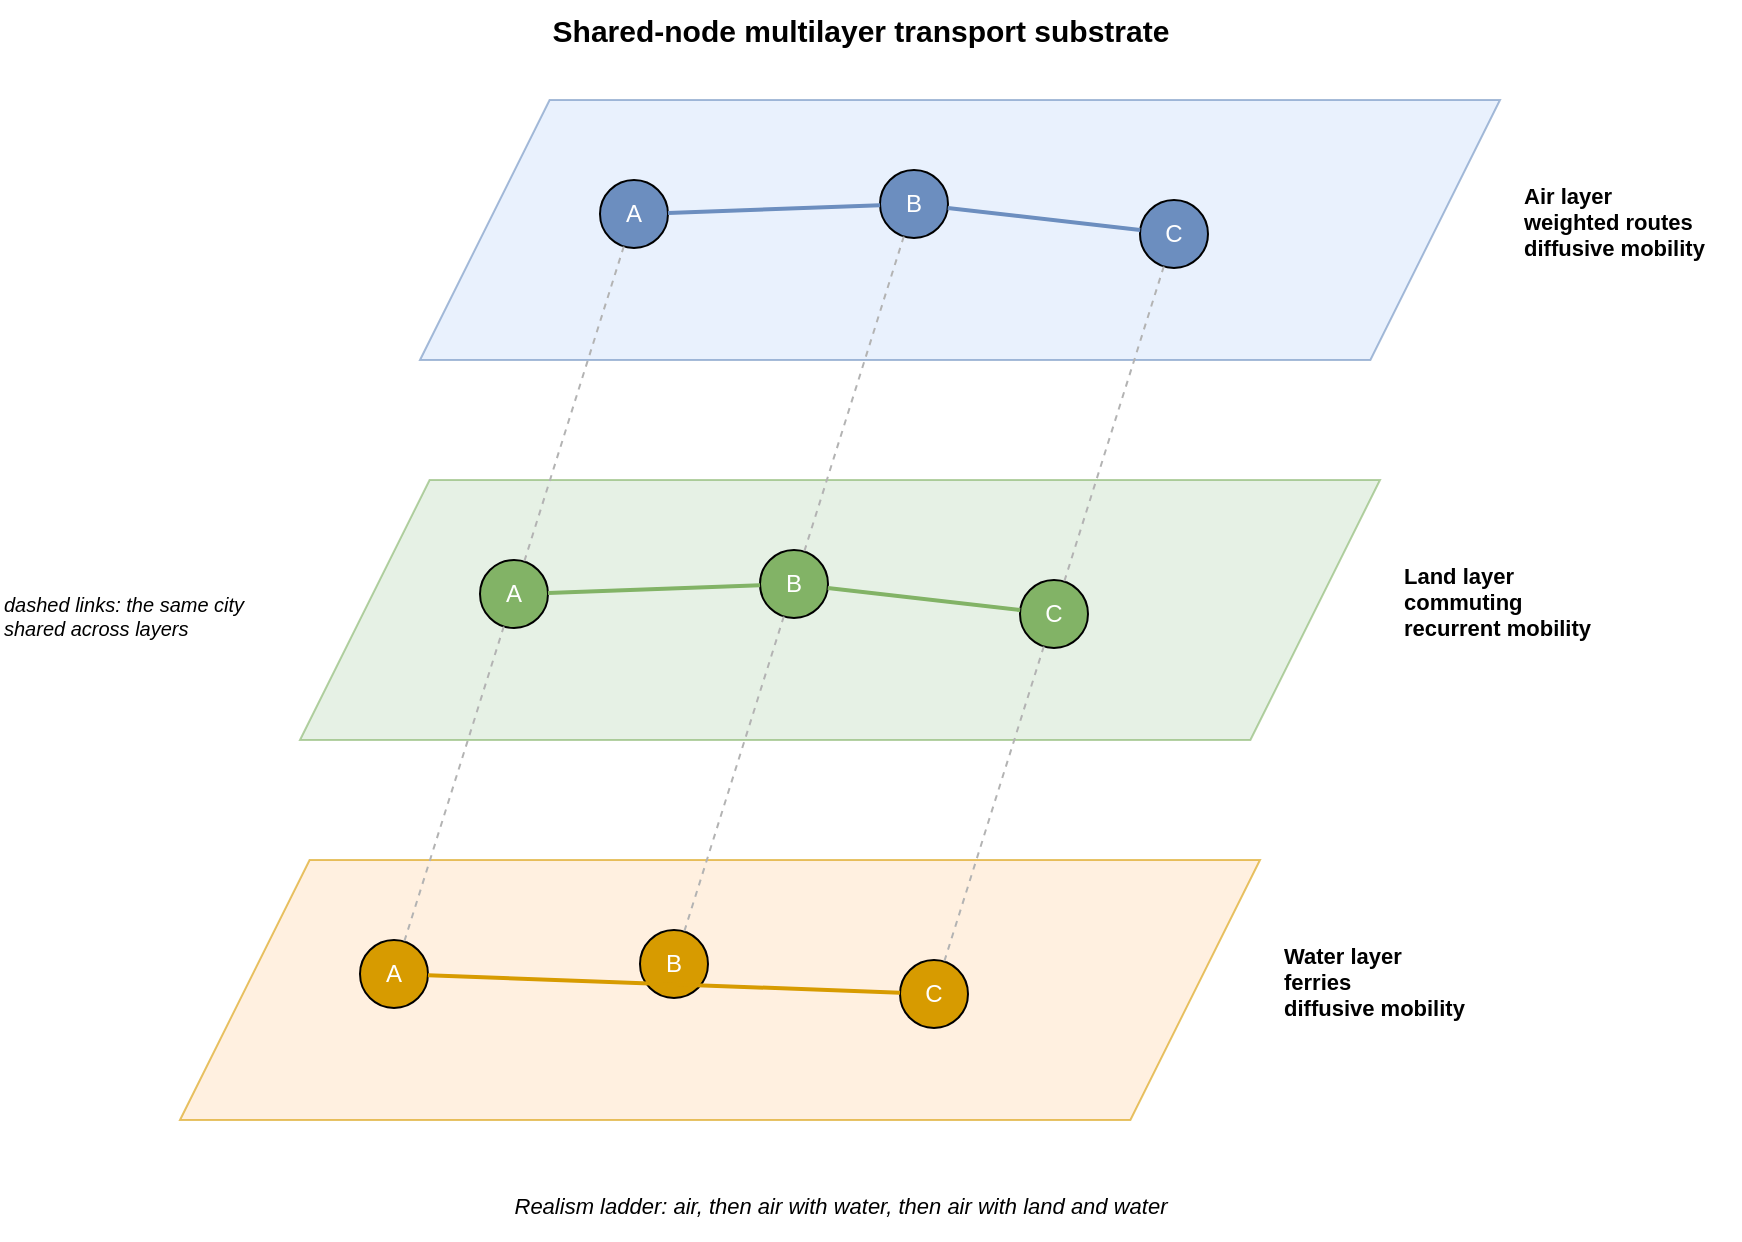
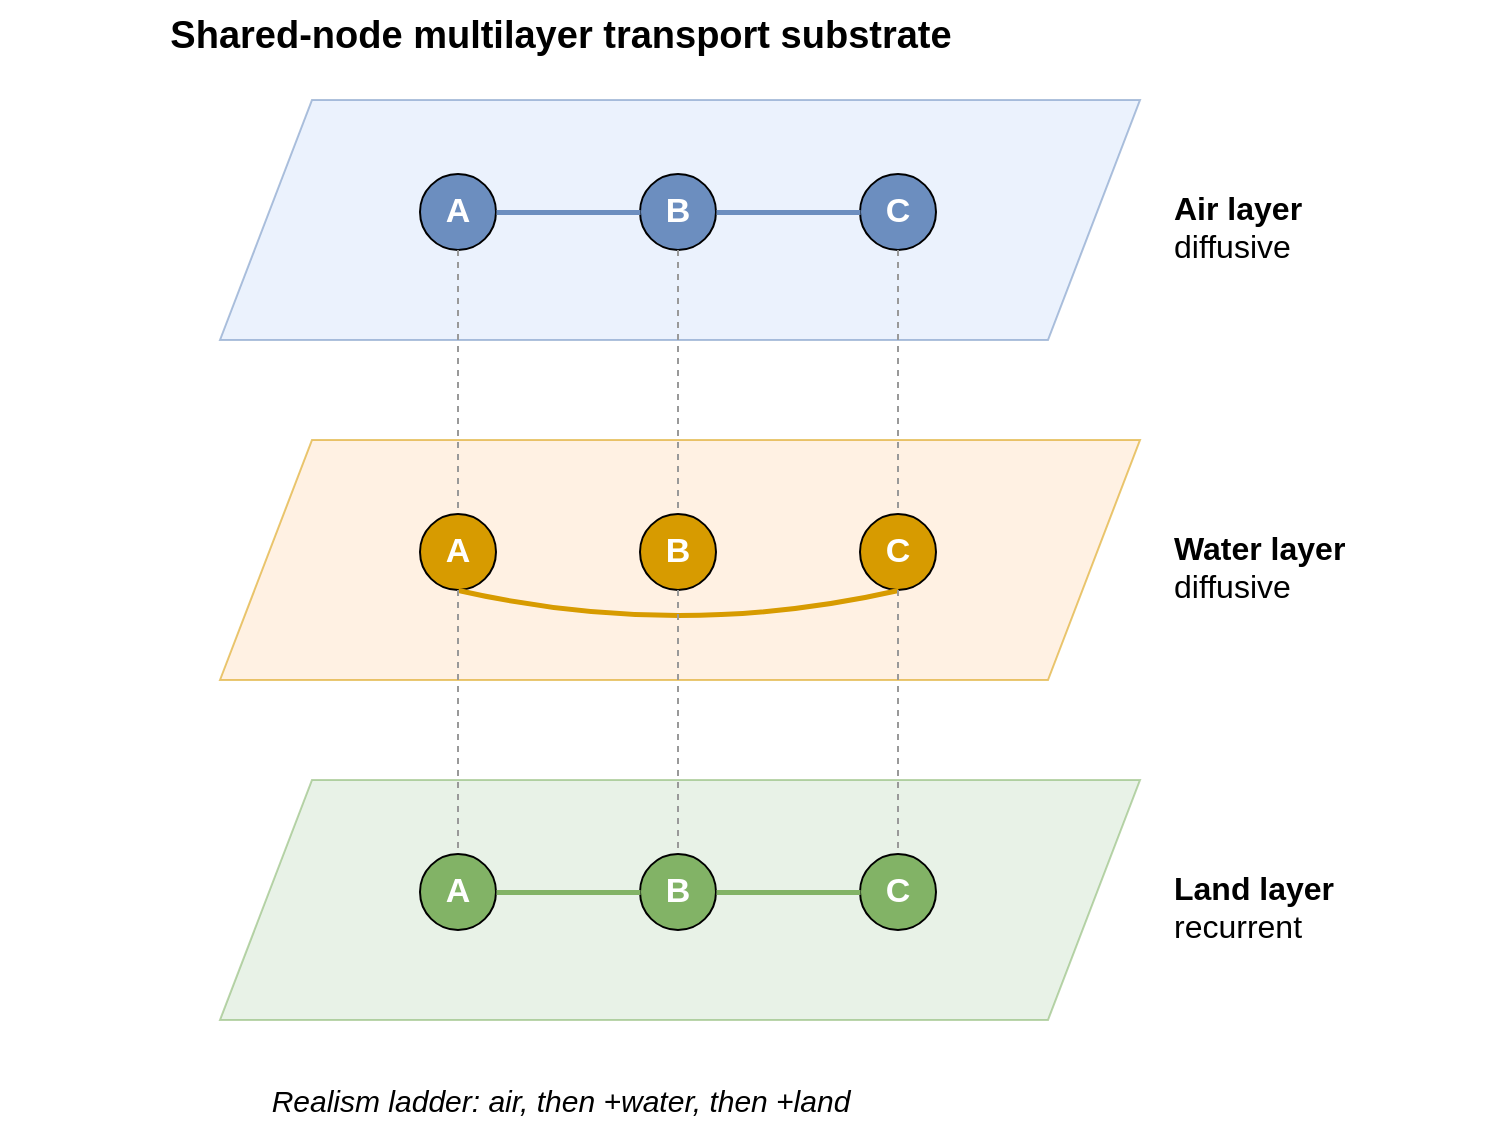
<mxfile host="app.diagrams.net" type="device">
  <diagram id="F2stack" name="F2 Multilayer substrate">
-     <mxGraphModel dx="1100" dy="800" grid="1" gridSize="10" guides="1" tooltips="1" connect="1" arrows="1" fold="1" page="1" pageScale="1" pageWidth="900" pageHeight="700" math="0" shadow="0">
+     <mxGraphModel dx="1100" dy="800" grid="0" gridSize="10" guides="1" tooltips="1" connect="1" arrows="1" fold="1" page="1" pageScale="1" pageWidth="940" pageHeight="600" math="0" shadow="0">
      <root>
        <mxCell id="0" />
        <mxCell id="1" parent="0" />

-         <mxCell id="title" value="Shared-node multilayer transport substrate" style="text;html=1;fontSize=15;fontStyle=1;align=center;" vertex="1" parent="1">
-           <mxGeometry x="200" y="10" width="520" height="30" as="geometry" />
+         <mxCell id="title" value="Shared-node multilayer transport substrate" style="text;html=1;fontSize=19;fontStyle=1;align=center;" vertex="1" parent="1">
+           <mxGeometry x="190" y="10" width="560" height="32" as="geometry" />
        </mxCell>

-         <!-- Planes (parallelograms) -->
-         <mxCell id="pAir" value="" style="shape=parallelogram;perimeter=parallelogramPerimeter;whiteSpace=wrap;html=1;fillColor=#dae8fc;strokeColor=#6c8ebf;opacity=60;size=0.12;" vertex="1" parent="1">
-           <mxGeometry x="240" y="60" width="540" height="130" as="geometry" />
+         <!-- Planes, stacked top to bottom: air, then water, then land -->
+         <mxCell id="pAir" value="" style="shape=parallelogram;perimeter=parallelogramPerimeter;whiteSpace=wrap;html=1;fillColor=#dae8fc;strokeColor=#6c8ebf;opacity=55;size=0.1;" vertex="1" parent="1">
+           <mxGeometry x="300" y="60" width="460" height="120" as="geometry" />
        </mxCell>
-         <mxCell id="pLand" value="" style="shape=parallelogram;perimeter=parallelogramPerimeter;whiteSpace=wrap;html=1;fillColor=#d5e8d4;strokeColor=#82b366;opacity=60;size=0.12;" vertex="1" parent="1">
-           <mxGeometry x="180" y="250" width="540" height="130" as="geometry" />
+         <mxCell id="pWater" value="" style="shape=parallelogram;perimeter=parallelogramPerimeter;whiteSpace=wrap;html=1;fillColor=#ffe6cc;strokeColor=#d79b00;opacity=55;size=0.1;" vertex="1" parent="1">
+           <mxGeometry x="300" y="230" width="460" height="120" as="geometry" />
        </mxCell>
-         <mxCell id="pWater" value="" style="shape=parallelogram;perimeter=parallelogramPerimeter;whiteSpace=wrap;html=1;fillColor=#ffe6cc;strokeColor=#d79b00;opacity=60;size=0.12;" vertex="1" parent="1">
-           <mxGeometry x="120" y="440" width="540" height="130" as="geometry" />
+         <mxCell id="pLand" value="" style="shape=parallelogram;perimeter=parallelogramPerimeter;whiteSpace=wrap;html=1;fillColor=#d5e8d4;strokeColor=#82b366;opacity=55;size=0.1;" vertex="1" parent="1">
+           <mxGeometry x="300" y="400" width="460" height="120" as="geometry" />
        </mxCell>

-         <!-- Plane labels -->
-         <mxCell id="lAir" value="Air layer&#10;weighted routes&#10;diffusive mobility" style="text;html=1;fontSize=11;align=left;fontStyle=1;" vertex="1" parent="1">
-           <mxGeometry x="790" y="95" width="110" height="60" as="geometry" />
+         <!-- Plane labels (right) -->
+         <mxCell id="lAir" value="&lt;b&gt;Air layer&lt;/b&gt;&lt;br&gt;diffusive" style="text;html=1;fontSize=16;align=left;" vertex="1" parent="1">
+           <mxGeometry x="775" y="98" width="160" height="44" as="geometry" />
        </mxCell>
-         <mxCell id="lLand" value="Land layer&#10;commuting&#10;recurrent mobility" style="text;html=1;fontSize=11;align=left;fontStyle=1;" vertex="1" parent="1">
-           <mxGeometry x="730" y="285" width="120" height="60" as="geometry" />
+         <mxCell id="lWater" value="&lt;b&gt;Water layer&lt;/b&gt;&lt;br&gt;diffusive" style="text;html=1;fontSize=16;align=left;" vertex="1" parent="1">
+           <mxGeometry x="775" y="268" width="160" height="44" as="geometry" />
        </mxCell>
-         <mxCell id="lWater" value="Water layer&#10;ferries&#10;diffusive mobility" style="text;html=1;fontSize=11;align=left;fontStyle=1;" vertex="1" parent="1">
-           <mxGeometry x="670" y="475" width="130" height="60" as="geometry" />
+         <mxCell id="lLand" value="&lt;b&gt;Land layer&lt;/b&gt;&lt;br&gt;recurrent" style="text;html=1;fontSize=16;align=left;" vertex="1" parent="1">
+           <mxGeometry x="775" y="438" width="160" height="44" as="geometry" />
        </mxCell>

-         <!-- AIR nodes -->
-         <mxCell id="a1" value="A" style="ellipse;whiteSpace=wrap;html=1;fillColor=#6c8ebf;fontColor=#ffffff;" vertex="1" parent="1"><mxGeometry x="330" y="100" width="34" height="34" as="geometry" /></mxCell>
-         <mxCell id="a2" value="B" style="ellipse;whiteSpace=wrap;html=1;fillColor=#6c8ebf;fontColor=#ffffff;" vertex="1" parent="1"><mxGeometry x="470" y="95" width="34" height="34" as="geometry" /></mxCell>
-         <mxCell id="a3" value="C" style="ellipse;whiteSpace=wrap;html=1;fillColor=#6c8ebf;fontColor=#ffffff;" vertex="1" parent="1"><mxGeometry x="600" y="110" width="34" height="34" as="geometry" /></mxCell>
+         <!-- AIR nodes (aligned x: A=400, B=510, C=620) -->
+         <mxCell id="a1" value="A" style="ellipse;whiteSpace=wrap;html=1;fillColor=#6c8ebf;fontColor=#ffffff;fontSize=17;fontStyle=1;" vertex="1" parent="1"><mxGeometry x="400" y="97" width="38" height="38" as="geometry" /></mxCell>
+         <mxCell id="a2" value="B" style="ellipse;whiteSpace=wrap;html=1;fillColor=#6c8ebf;fontColor=#ffffff;fontSize=17;fontStyle=1;" vertex="1" parent="1"><mxGeometry x="510" y="97" width="38" height="38" as="geometry" /></mxCell>
+         <mxCell id="a3" value="C" style="ellipse;whiteSpace=wrap;html=1;fillColor=#6c8ebf;fontColor=#ffffff;fontSize=17;fontStyle=1;" vertex="1" parent="1"><mxGeometry x="620" y="97" width="38" height="38" as="geometry" /></mxCell>
+         <!-- WATER nodes -->
+         <mxCell id="w1" value="A" style="ellipse;whiteSpace=wrap;html=1;fillColor=#d79b00;fontColor=#ffffff;fontSize=17;fontStyle=1;" vertex="1" parent="1"><mxGeometry x="400" y="267" width="38" height="38" as="geometry" /></mxCell>
+         <mxCell id="w2" value="B" style="ellipse;whiteSpace=wrap;html=1;fillColor=#d79b00;fontColor=#ffffff;fontSize=17;fontStyle=1;" vertex="1" parent="1"><mxGeometry x="510" y="267" width="38" height="38" as="geometry" /></mxCell>
+         <mxCell id="w3" value="C" style="ellipse;whiteSpace=wrap;html=1;fillColor=#d79b00;fontColor=#ffffff;fontSize=17;fontStyle=1;" vertex="1" parent="1"><mxGeometry x="620" y="267" width="38" height="38" as="geometry" /></mxCell>
        <!-- LAND nodes -->
-         <mxCell id="d1" value="A" style="ellipse;whiteSpace=wrap;html=1;fillColor=#82b366;fontColor=#ffffff;" vertex="1" parent="1"><mxGeometry x="270" y="290" width="34" height="34" as="geometry" /></mxCell>
-         <mxCell id="d2" value="B" style="ellipse;whiteSpace=wrap;html=1;fillColor=#82b366;fontColor=#ffffff;" vertex="1" parent="1"><mxGeometry x="410" y="285" width="34" height="34" as="geometry" /></mxCell>
-         <mxCell id="d3" value="C" style="ellipse;whiteSpace=wrap;html=1;fillColor=#82b366;fontColor=#ffffff;" vertex="1" parent="1"><mxGeometry x="540" y="300" width="34" height="34" as="geometry" /></mxCell>
-         <!-- WATER nodes -->
-         <mxCell id="w1" value="A" style="ellipse;whiteSpace=wrap;html=1;fillColor=#d79b00;fontColor=#ffffff;" vertex="1" parent="1"><mxGeometry x="210" y="480" width="34" height="34" as="geometry" /></mxCell>
-         <mxCell id="w2" value="B" style="ellipse;whiteSpace=wrap;html=1;fillColor=#d79b00;fontColor=#ffffff;" vertex="1" parent="1"><mxGeometry x="350" y="475" width="34" height="34" as="geometry" /></mxCell>
-         <mxCell id="w3" value="C" style="ellipse;whiteSpace=wrap;html=1;fillColor=#d79b00;fontColor=#ffffff;" vertex="1" parent="1"><mxGeometry x="480" y="490" width="34" height="34" as="geometry" /></mxCell>
+         <mxCell id="d1" value="A" style="ellipse;whiteSpace=wrap;html=1;fillColor=#82b366;fontColor=#ffffff;fontSize=17;fontStyle=1;" vertex="1" parent="1"><mxGeometry x="400" y="437" width="38" height="38" as="geometry" /></mxCell>
+         <mxCell id="d2" value="B" style="ellipse;whiteSpace=wrap;html=1;fillColor=#82b366;fontColor=#ffffff;fontSize=17;fontStyle=1;" vertex="1" parent="1"><mxGeometry x="510" y="437" width="38" height="38" as="geometry" /></mxCell>
+         <mxCell id="d3" value="C" style="ellipse;whiteSpace=wrap;html=1;fillColor=#82b366;fontColor=#ffffff;fontSize=17;fontStyle=1;" vertex="1" parent="1"><mxGeometry x="620" y="437" width="38" height="38" as="geometry" /></mxCell>

-         <!-- intra-layer edges -->
-         <mxCell id="ea1" style="endArrow=none;html=1;strokeColor=#6c8ebf;strokeWidth=2;" edge="1" parent="1" source="a1" target="a2"><mxGeometry relative="1" as="geometry" /></mxCell>
-         <mxCell id="ea2" style="endArrow=none;html=1;strokeColor=#6c8ebf;strokeWidth=2;" edge="1" parent="1" source="a2" target="a3"><mxGeometry relative="1" as="geometry" /></mxCell>
-         <mxCell id="ed1" style="endArrow=none;html=1;strokeColor=#82b366;strokeWidth=2;" edge="1" parent="1" source="d1" target="d2"><mxGeometry relative="1" as="geometry" /></mxCell>
-         <mxCell id="ed2" style="endArrow=none;html=1;strokeColor=#82b366;strokeWidth=2;" edge="1" parent="1" source="d2" target="d3"><mxGeometry relative="1" as="geometry" /></mxCell>
-         <mxCell id="ew1" style="endArrow=none;html=1;strokeColor=#d79b00;strokeWidth=2;" edge="1" parent="1" source="w1" target="w3"><mxGeometry relative="1" as="geometry" /></mxCell>
+         <!-- intra-layer edges (solid, layer colour): routes exist only between some city pairs -->
+         <mxCell id="ea1" style="endArrow=none;html=1;strokeColor=#6c8ebf;strokeWidth=2.5;labelBackgroundColor=none;" edge="1" parent="1" source="a1" target="a2"><mxGeometry relative="1" as="geometry" /></mxCell>
+         <mxCell id="ea2" style="endArrow=none;html=1;strokeColor=#6c8ebf;strokeWidth=2.5;labelBackgroundColor=none;" edge="1" parent="1" source="a2" target="a3"><mxGeometry relative="1" as="geometry" /></mxCell>
+         <mxCell id="ew1" style="endArrow=none;html=1;strokeColor=#d79b00;strokeWidth=2.5;labelBackgroundColor=none;curved=1;exitX=0.5;exitY=1;entryX=0.5;entryY=1;" edge="1" parent="1" source="w1" target="w3"><mxGeometry relative="1" as="geometry"><Array as="points"><mxPoint x="529" y="330" /></Array></mxGeometry></mxCell>
+         <mxCell id="ed1" style="endArrow=none;html=1;strokeColor=#82b366;strokeWidth=2.5;labelBackgroundColor=none;" edge="1" parent="1" source="d1" target="d2"><mxGeometry relative="1" as="geometry" /></mxCell>
+         <mxCell id="ed2" style="endArrow=none;html=1;strokeColor=#82b366;strokeWidth=2.5;labelBackgroundColor=none;" edge="1" parent="1" source="d2" target="d3"><mxGeometry relative="1" as="geometry" /></mxCell>

-         <!-- inter-layer coupling (dashed) -->
-         <mxCell id="cAB1" style="endArrow=none;html=1;dashed=1;strokeColor=#b3b3b3;" edge="1" parent="1" source="a1" target="d1"><mxGeometry relative="1" as="geometry" /></mxCell>
-         <mxCell id="cAB2" style="endArrow=none;html=1;dashed=1;strokeColor=#b3b3b3;" edge="1" parent="1" source="d1" target="w1"><mxGeometry relative="1" as="geometry" /></mxCell>
-         <mxCell id="cBB1" style="endArrow=none;html=1;dashed=1;strokeColor=#b3b3b3;" edge="1" parent="1" source="a2" target="d2"><mxGeometry relative="1" as="geometry" /></mxCell>
-         <mxCell id="cBB2" style="endArrow=none;html=1;dashed=1;strokeColor=#b3b3b3;" edge="1" parent="1" source="d2" target="w2"><mxGeometry relative="1" as="geometry" /></mxCell>
-         <mxCell id="cCC1" style="endArrow=none;html=1;dashed=1;strokeColor=#b3b3b3;" edge="1" parent="1" source="a3" target="d3"><mxGeometry relative="1" as="geometry" /></mxCell>
-         <mxCell id="cCC2" style="endArrow=none;html=1;dashed=1;strokeColor=#b3b3b3;" edge="1" parent="1" source="d3" target="w3"><mxGeometry relative="1" as="geometry" /></mxCell>
+         <!-- inter-layer coupling: same city, vertical dashed (one shared node) -->
+         <mxCell id="cA1" style="endArrow=none;html=1;dashed=1;strokeColor=#999999;labelBackgroundColor=none;exitX=0.5;exitY=1;entryX=0.5;entryY=0;" edge="1" parent="1" source="a1" target="w1"><mxGeometry relative="1" as="geometry" /></mxCell>
+         <mxCell id="cA2" style="endArrow=none;html=1;dashed=1;strokeColor=#999999;labelBackgroundColor=none;exitX=0.5;exitY=1;entryX=0.5;entryY=0;" edge="1" parent="1" source="w1" target="d1"><mxGeometry relative="1" as="geometry" /></mxCell>
+         <mxCell id="cB1" style="endArrow=none;html=1;dashed=1;strokeColor=#999999;labelBackgroundColor=none;exitX=0.5;exitY=1;entryX=0.5;entryY=0;" edge="1" parent="1" source="a2" target="w2"><mxGeometry relative="1" as="geometry" /></mxCell>
+         <mxCell id="cB2" style="endArrow=none;html=1;dashed=1;strokeColor=#999999;labelBackgroundColor=none;exitX=0.5;exitY=1;entryX=0.5;entryY=0;" edge="1" parent="1" source="w2" target="d2"><mxGeometry relative="1" as="geometry" /></mxCell>
+         <mxCell id="cC1" style="endArrow=none;html=1;dashed=1;strokeColor=#999999;labelBackgroundColor=none;exitX=0.5;exitY=1;entryX=0.5;entryY=0;" edge="1" parent="1" source="a3" target="w3"><mxGeometry relative="1" as="geometry" /></mxCell>
+         <mxCell id="cC2" style="endArrow=none;html=1;dashed=1;strokeColor=#999999;labelBackgroundColor=none;exitX=0.5;exitY=1;entryX=0.5;entryY=0;" edge="1" parent="1" source="w3" target="d3"><mxGeometry relative="1" as="geometry" /></mxCell>

-         <mxCell id="couplabel" value="dashed links: the same city&#10;shared across layers" style="text;html=1;fontSize=10;fontStyle=2;align=left;" vertex="1" parent="1">
-           <mxGeometry x="30" y="300" width="150" height="40" as="geometry" />
-         </mxCell>
-         <mxCell id="ladder" value="Realism ladder: air, then air with water, then air with land and water" style="text;html=1;fontSize=11;fontStyle=2;align=center;" vertex="1" parent="1">
-           <mxGeometry x="200" y="600" width="500" height="30" as="geometry" />
+         <!-- one-line note (legend moved to the figure caption) -->
+         <mxCell id="ladder" value="Realism ladder: air, then +water, then +land" style="text;html=1;fontSize=15;fontStyle=2;align=center;" vertex="1" parent="1">
+           <mxGeometry x="210" y="545" width="520" height="28" as="geometry" />
        </mxCell>
      </root>
    </mxGraphModel>
  </diagram>
</mxfile>
